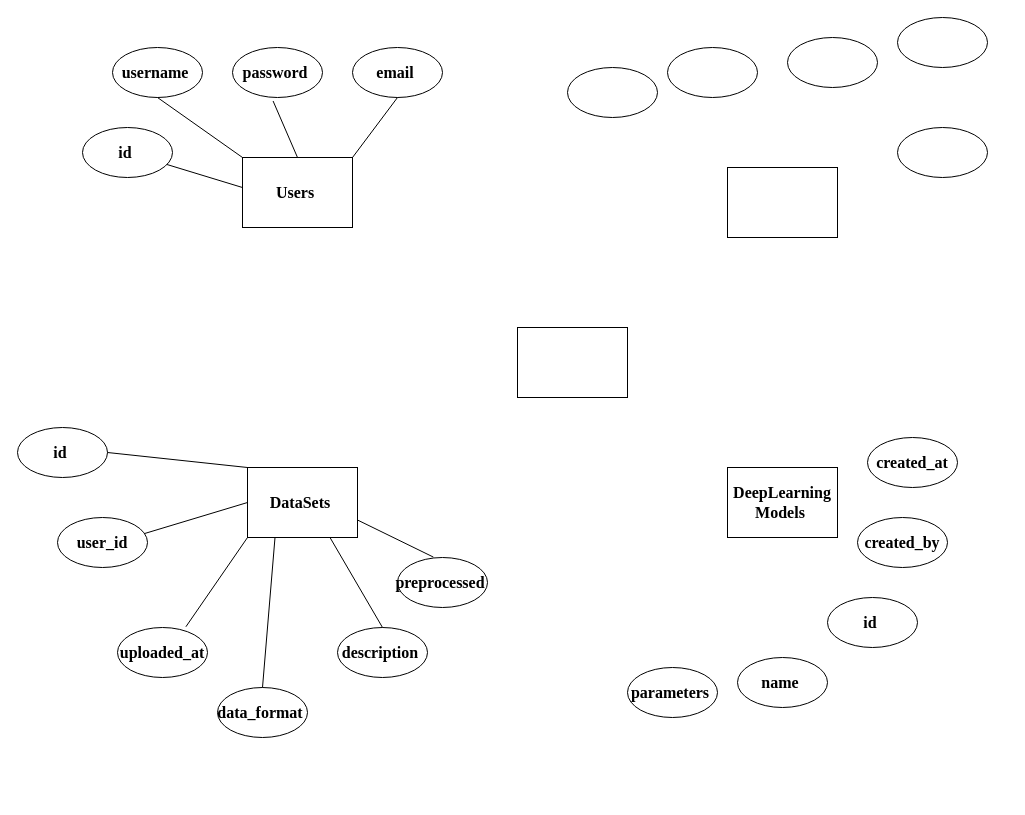
Earlier version of the draw.io diagram 数据库设计.drawio (Lu-Ming-Song/C). Source tidied: cells renumbered, new cells numbered last; positions are measured from the earlier drawing's top-left corner, leaving out a move shared by most shapes. Both pictures are drawn from the tidied source at 100%, with x=0, y=0 at pixel (17, 17).
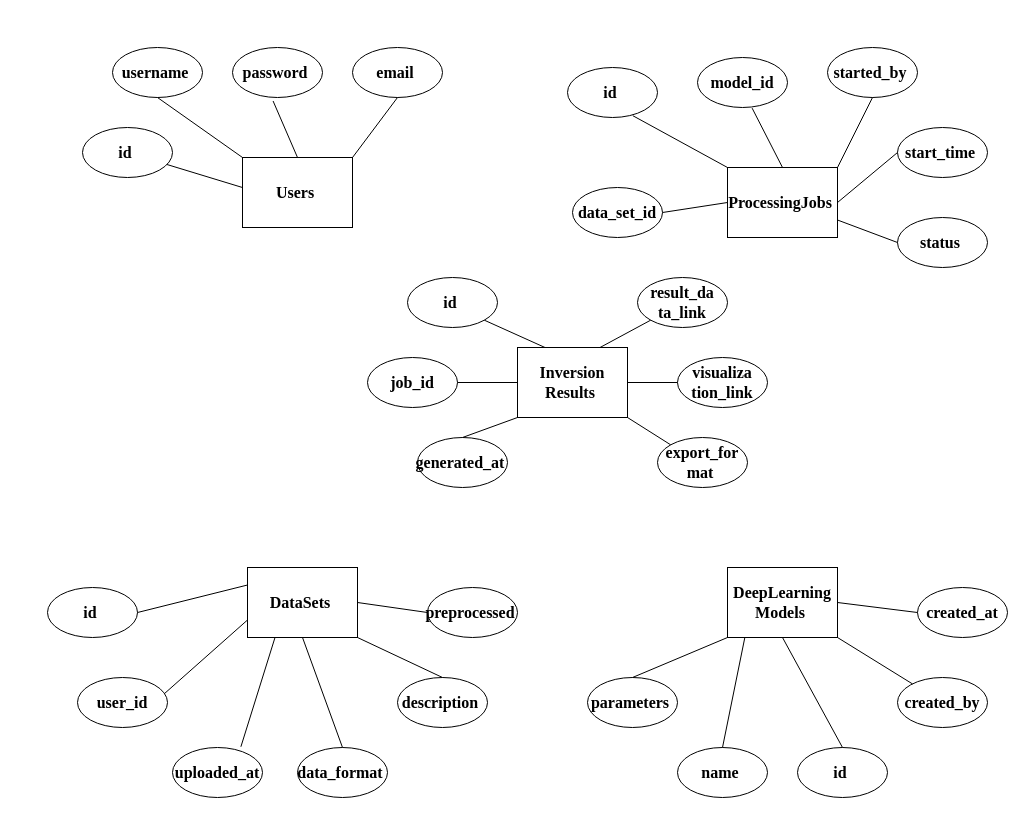
The same diagram, later.

Commit message (it also covers changes not shown here):
更新数据库设计.drawio

The edit, as a diff of the source:
```diff
@@
-    <mxCell id="3" style="rounded=0;whiteSpace=wrap;html=1;" parent="1" vertex="1">
+    <mxCell id="3" value="&lt;b&gt;&lt;span style=&quot;font-size:12.0pt;&lt;br/&gt;mso-bidi-font-size:18.0pt;font-family:&amp;quot;Times New Roman&amp;quot;,serif;mso-fareast-font-family:&lt;br/&gt;宋体;mso-font-kerning:1.0pt;mso-ansi-language:EN-US;mso-fareast-language:ZH-CN;&lt;br/&gt;mso-bidi-language:AR-SA&quot; lang=&quot;EN-US&quot;&gt;ProcessingJobs&amp;nbsp;&lt;/span&gt;&lt;/b&gt;" style="rounded=0;whiteSpace=wrap;html=1;" parent="1" vertex="1">
       <mxGeometry x="710" y="150" width="110" height="70" as="geometry" />
     </mxCell>
     <mxCell id="4" value="&lt;b&gt;&lt;span style=&quot;font-size:12.0pt;&lt;br/&gt;mso-bidi-font-size:18.0pt;font-family:&amp;quot;Times New Roman&amp;quot;,serif;mso-fareast-font-family:&lt;br/&gt;宋体;mso-font-kerning:1.0pt;mso-ansi-language:EN-US;mso-fareast-language:ZH-CN;&lt;br/&gt;mso-bidi-language:AR-SA&quot; lang=&quot;EN-US&quot;&gt;DataSets&amp;nbsp;&lt;/span&gt;&lt;/b&gt;" style="rounded=0;whiteSpace=wrap;html=1;" parent="1" vertex="1">
-      <mxGeometry x="230" y="450" width="110" height="70" as="geometry" />
+      <mxGeometry x="230" y="550" width="110" height="70" as="geometry" />
     </mxCell>
     <mxCell id="5" value="&lt;b&gt;&lt;span style=&quot;font-size:12.0pt;&lt;br/&gt;mso-bidi-font-size:18.0pt;font-family:&amp;quot;Times New Roman&amp;quot;,serif;mso-fareast-font-family:&lt;br/&gt;宋体;mso-font-kerning:1.0pt;mso-ansi-language:EN-US;mso-fareast-language:ZH-CN;&lt;br/&gt;mso-bidi-language:AR-SA&quot; lang=&quot;EN-US&quot;&gt;DeepLearning&lt;br&gt;Models&amp;nbsp;&lt;/span&gt;&lt;/b&gt;" style="rounded=0;whiteSpace=wrap;html=1;" parent="1" vertex="1">
-      <mxGeometry x="710" y="450" width="110" height="70" as="geometry" />
+      <mxGeometry x="710" y="550" width="110" height="70" as="geometry" />
     </mxCell>
-    <mxCell id="6" style="rounded=0;whiteSpace=wrap;html=1;" parent="1" vertex="1">
-      <mxGeometry x="500" y="310" width="110" height="70" as="geometry" />
+    <mxCell id="6" value="&lt;b&gt;&lt;span style=&quot;font-size:12.0pt;&lt;br/&gt;mso-bidi-font-size:18.0pt;font-family:&amp;quot;Times New Roman&amp;quot;,serif;mso-fareast-font-family:&lt;br/&gt;宋体;mso-font-kerning:1.0pt;mso-ansi-language:EN-US;mso-fareast-language:ZH-CN;&lt;br/&gt;mso-bidi-language:AR-SA&quot; lang=&quot;EN-US&quot;&gt;Inversion&lt;br&gt;Results&amp;nbsp;&lt;/span&gt;&lt;/b&gt;" style="rounded=0;whiteSpace=wrap;html=1;" parent="1" vertex="1">
+      <mxGeometry x="500" y="330" width="110" height="70" as="geometry" />
     </mxCell>
@@
     <mxCell id="11" value="&lt;b&gt;&lt;span style=&quot;font-size:12.0pt;&lt;br/&gt;mso-bidi-font-size:18.0pt;font-family:&amp;quot;Times New Roman&amp;quot;,serif;mso-fareast-font-family:&lt;br/&gt;宋体;mso-font-kerning:1.0pt;mso-ansi-language:EN-US;mso-fareast-language:ZH-CN;&lt;br/&gt;mso-bidi-language:AR-SA&quot; lang=&quot;EN-US&quot;&gt;id&amp;nbsp;&lt;/span&gt;&lt;/b&gt;" style="ellipse;whiteSpace=wrap;html=1;" parent="1" vertex="1">
-      <mxGeometry y="410" width="90" height="50" as="geometry" />
+      <mxGeometry x="30" y="570" width="90" height="50" as="geometry" />
     </mxCell>
     <mxCell id="12" value="&lt;b&gt;&lt;span style=&quot;font-size:12.0pt;&lt;br/&gt;mso-bidi-font-size:18.0pt;font-family:&amp;quot;Times New Roman&amp;quot;,serif;mso-fareast-font-family:&lt;br/&gt;宋体;mso-font-kerning:1.0pt;mso-ansi-language:EN-US;mso-fareast-language:ZH-CN;&lt;br/&gt;mso-bidi-language:AR-SA&quot; lang=&quot;EN-US&quot;&gt;user_id&lt;/span&gt;&lt;/b&gt;" style="ellipse;whiteSpace=wrap;html=1;" parent="1" vertex="1">
-      <mxGeometry x="40" y="500" width="90" height="50" as="geometry" />
+      <mxGeometry x="60" y="660" width="90" height="50" as="geometry" />
     </mxCell>
     <mxCell id="13" value="&lt;b&gt;&lt;span style=&quot;font-size:12.0pt;&lt;br/&gt;mso-bidi-font-size:18.0pt;font-family:&amp;quot;Times New Roman&amp;quot;,serif;mso-fareast-font-family:&lt;br/&gt;宋体;mso-font-kerning:1.0pt;mso-ansi-language:EN-US;mso-fareast-language:ZH-CN;&lt;br/&gt;mso-bidi-language:AR-SA&quot; lang=&quot;EN-US&quot;&gt;uploaded_at&lt;/span&gt;&lt;/b&gt;" style="ellipse;whiteSpace=wrap;html=1;" parent="1" vertex="1">
-      <mxGeometry x="100" y="610" width="90" height="50" as="geometry" />
+      <mxGeometry x="155" y="730" width="90" height="50" as="geometry" />
     </mxCell>
@@
     <mxCell id="18" value="&lt;b&gt;&lt;span style=&quot;font-size:12.0pt;&lt;br/&gt;mso-bidi-font-size:18.0pt;font-family:&amp;quot;Times New Roman&amp;quot;,serif;mso-fareast-font-family:&lt;br/&gt;宋体;mso-font-kerning:1.0pt;mso-ansi-language:EN-US;mso-fareast-language:ZH-CN;&lt;br/&gt;mso-bidi-language:AR-SA&quot; lang=&quot;EN-US&quot;&gt;data_format&amp;nbsp;&lt;/span&gt;&lt;/b&gt;" style="ellipse;whiteSpace=wrap;html=1;" parent="1" vertex="1">
-      <mxGeometry x="200" y="670" width="90" height="50" as="geometry" />
+      <mxGeometry x="280" y="730" width="90" height="50" as="geometry" />
     </mxCell>
     <mxCell id="19" value="&lt;b&gt;&lt;span style=&quot;font-size:12.0pt;&lt;br/&gt;mso-bidi-font-size:18.0pt;font-family:&amp;quot;Times New Roman&amp;quot;,serif;mso-fareast-font-family:&lt;br/&gt;宋体;mso-font-kerning:1.0pt;mso-ansi-language:EN-US;mso-fareast-language:ZH-CN;&lt;br/&gt;mso-bidi-language:AR-SA&quot; lang=&quot;EN-US&quot;&gt;description&amp;nbsp;&lt;/span&gt;&lt;/b&gt;" style="ellipse;whiteSpace=wrap;html=1;" parent="1" vertex="1">
-      <mxGeometry x="320" y="610" width="90" height="50" as="geometry" />
+      <mxGeometry x="380" y="660" width="90" height="50" as="geometry" />
     </mxCell>
     <mxCell id="20" value="&lt;b&gt;&lt;span style=&quot;font-size:12.0pt;&lt;br/&gt;mso-bidi-font-size:18.0pt;font-family:&amp;quot;Times New Roman&amp;quot;,serif;mso-fareast-font-family:&lt;br/&gt;宋体;mso-font-kerning:1.0pt;mso-ansi-language:EN-US;mso-fareast-language:ZH-CN;&lt;br/&gt;mso-bidi-language:AR-SA&quot; lang=&quot;EN-US&quot;&gt;preprocessed&amp;nbsp;&lt;/span&gt;&lt;/b&gt;" style="ellipse;whiteSpace=wrap;html=1;" parent="1" vertex="1">
-      <mxGeometry x="380" y="540" width="90" height="50" as="geometry" />
+      <mxGeometry x="410" y="570" width="90" height="50" as="geometry" />
     </mxCell>
     <mxCell id="21" value="&lt;b&gt;&lt;span style=&quot;font-size:12.0pt;&lt;br/&gt;mso-bidi-font-size:18.0pt;font-family:&amp;quot;Times New Roman&amp;quot;,serif;mso-fareast-font-family:&lt;br/&gt;宋体;mso-font-kerning:1.0pt;mso-ansi-language:EN-US;mso-fareast-language:ZH-CN;&lt;br/&gt;mso-bidi-language:AR-SA&quot; lang=&quot;EN-US&quot;&gt;id&amp;nbsp;&lt;/span&gt;&lt;/b&gt;" style="ellipse;whiteSpace=wrap;html=1;" parent="1" vertex="1">
-      <mxGeometry x="810" y="580" width="90" height="50" as="geometry" />
+      <mxGeometry x="780" y="730" width="90" height="50" as="geometry" />
     </mxCell>
     <mxCell id="22" value="&lt;b&gt;&lt;span style=&quot;font-size:12.0pt;&lt;br/&gt;mso-bidi-font-size:18.0pt;font-family:&amp;quot;Times New Roman&amp;quot;,serif;mso-fareast-font-family:&lt;br/&gt;宋体;mso-font-kerning:1.0pt;mso-ansi-language:EN-US;mso-fareast-language:ZH-CN;&lt;br/&gt;mso-bidi-language:AR-SA&quot; lang=&quot;EN-US&quot;&gt;created_by&lt;/span&gt;&lt;/b&gt;" style="ellipse;whiteSpace=wrap;html=1;" parent="1" vertex="1">
-      <mxGeometry x="840" y="500" width="90" height="50" as="geometry" />
+      <mxGeometry x="880" y="660" width="90" height="50" as="geometry" />
     </mxCell>
     <mxCell id="23" value="&lt;b&gt;&lt;span style=&quot;font-size:12.0pt;&lt;br/&gt;mso-bidi-font-size:18.0pt;font-family:&amp;quot;Times New Roman&amp;quot;,serif;mso-fareast-font-family:&lt;br/&gt;宋体;mso-font-kerning:1.0pt;mso-ansi-language:EN-US;mso-fareast-language:ZH-CN;&lt;br/&gt;mso-bidi-language:AR-SA&quot; lang=&quot;EN-US&quot;&gt;created_at&lt;/span&gt;&lt;/b&gt;" style="ellipse;whiteSpace=wrap;html=1;" parent="1" vertex="1">
-      <mxGeometry x="850" y="420" width="90" height="50" as="geometry" />
+      <mxGeometry x="900" y="570" width="90" height="50" as="geometry" />
     </mxCell>
     <mxCell id="24" value="&lt;b&gt;&lt;span style=&quot;font-size:12.0pt;&lt;br/&gt;mso-bidi-font-size:18.0pt;font-family:&amp;quot;Times New Roman&amp;quot;,serif;mso-fareast-font-family:&lt;br/&gt;宋体;mso-font-kerning:1.0pt;mso-ansi-language:EN-US;mso-fareast-language:ZH-CN;&lt;br/&gt;mso-bidi-language:AR-SA&quot; lang=&quot;EN-US&quot;&gt;name&amp;nbsp;&lt;/span&gt;&lt;/b&gt;" style="ellipse;whiteSpace=wrap;html=1;" parent="1" vertex="1">
-      <mxGeometry x="720" y="640" width="90" height="50" as="geometry" />
+      <mxGeometry x="660" y="730" width="90" height="50" as="geometry" />
     </mxCell>
     <mxCell id="25" value="&lt;b&gt;&lt;span style=&quot;font-size:12.0pt;&lt;br/&gt;mso-bidi-font-size:18.0pt;font-family:&amp;quot;Times New Roman&amp;quot;,serif;mso-fareast-font-family:&lt;br/&gt;宋体;mso-font-kerning:1.0pt;mso-ansi-language:EN-US;mso-fareast-language:ZH-CN;&lt;br/&gt;mso-bidi-language:AR-SA&quot; lang=&quot;EN-US&quot;&gt;parameters&amp;nbsp;&lt;/span&gt;&lt;/b&gt;" style="ellipse;whiteSpace=wrap;html=1;" parent="1" vertex="1">
-      <mxGeometry x="610" y="650" width="90" height="50" as="geometry" />
+      <mxGeometry x="570" y="660" width="90" height="50" as="geometry" />
     </mxCell>
-    <mxCell id="26" style="ellipse;whiteSpace=wrap;html=1;" parent="1" vertex="1">
-      <mxGeometry x="650" y="30" width="90" height="50" as="geometry" />
+    <mxCell id="26" value="&lt;b&gt;&lt;span style=&quot;font-size:12.0pt;&lt;br/&gt;mso-bidi-font-size:18.0pt;font-family:&amp;quot;Times New Roman&amp;quot;,serif;mso-fareast-font-family:&lt;br/&gt;宋体;mso-font-kerning:1.0pt;mso-ansi-language:EN-US;mso-fareast-language:ZH-CN;&lt;br/&gt;mso-bidi-language:AR-SA&quot; lang=&quot;EN-US&quot;&gt;data_set_id&lt;/span&gt;&lt;/b&gt;" style="ellipse;whiteSpace=wrap;html=1;" parent="1" vertex="1">
+      <mxGeometry x="555" y="170" width="90" height="50" as="geometry" />
     </mxCell>
-    <mxCell id="27" style="endArrow=none;html=1;rounded=0;exitX=0;exitY=0;exitDx=0;exitDy=0;entryX=1;entryY=0.5;entryDx=0;entryDy=0;" parent="1" edge="1" source="4" target="11">
+    <mxCell id="27" style="endArrow=none;html=1;rounded=0;entryX=1;entryY=0.5;entryDx=0;entryDy=0;exitX=0;exitY=0.25;exitDx=0;exitDy=0;" parent="1" edge="1" source="4" target="11">
       <mxGeometry relative="1" as="geometry" />
     </mxCell>
-    <mxCell id="28" style="endArrow=none;html=1;rounded=0;exitX=0;exitY=0.5;exitDx=0;exitDy=0;entryX=0.967;entryY=0.321;entryDx=0;entryDy=0;entryPerimeter=0;" parent="1" edge="1" source="4" target="12">
+    <mxCell id="28" style="endArrow=none;html=1;rounded=0;exitX=0;exitY=0.75;exitDx=0;exitDy=0;entryX=0.967;entryY=0.321;entryDx=0;entryDy=0;entryPerimeter=0;" parent="1" edge="1" source="4" target="12">
       <mxGeometry relative="1" as="geometry" />
     </mxCell>
-    <mxCell id="29" style="endArrow=none;html=1;rounded=0;exitX=0.25;exitY=1;exitDx=0;exitDy=0;entryX=0.5;entryY=0;entryDx=0;entryDy=0;" parent="1" edge="1" source="4" target="18">
+    <mxCell id="29" style="endArrow=none;html=1;rounded=0;exitX=0.5;exitY=1;exitDx=0;exitDy=0;entryX=0.5;entryY=0;entryDx=0;entryDy=0;" parent="1" edge="1" source="4" target="18">
       <mxGeometry relative="1" as="geometry" />
     </mxCell>
-    <mxCell id="30" style="endArrow=none;html=1;rounded=0;entryX=0.76;entryY=-0.015;entryDx=0;entryDy=0;entryPerimeter=0;exitX=0;exitY=1;exitDx=0;exitDy=0;" parent="1" edge="1" source="4" target="13">
+    <mxCell id="30" style="endArrow=none;html=1;rounded=0;entryX=0.76;entryY=-0.015;entryDx=0;entryDy=0;entryPerimeter=0;exitX=0.25;exitY=1;exitDx=0;exitDy=0;" parent="1" edge="1" source="4" target="13">
       <mxGeometry relative="1" as="geometry" />
     </mxCell>
-    <mxCell id="31" style="endArrow=none;html=1;rounded=0;exitX=0.75;exitY=1;exitDx=0;exitDy=0;entryX=0.5;entryY=0;entryDx=0;entryDy=0;" parent="1" edge="1" source="4" target="19">
+    <mxCell id="31" style="endArrow=none;html=1;rounded=0;exitX=1;exitY=1;exitDx=0;exitDy=0;entryX=0.5;entryY=0;entryDx=0;entryDy=0;" parent="1" edge="1" source="4" target="19">
       <mxGeometry relative="1" as="geometry" />
     </mxCell>
-    <mxCell id="32" style="endArrow=none;html=1;rounded=0;entryX=1;entryY=0.75;entryDx=0;entryDy=0;exitX=0.399;exitY=-0.008;exitDx=0;exitDy=0;exitPerimeter=0;" parent="1" edge="1" source="20" target="4">
+    <mxCell id="32" style="endArrow=none;html=1;rounded=0;entryX=1;entryY=0.5;entryDx=0;entryDy=0;exitX=0;exitY=0.5;exitDx=0;exitDy=0;" parent="1" edge="1" source="20" target="4">
       <mxGeometry relative="1" as="geometry" />
     </mxCell>
-    <mxCell id="33" style="ellipse;whiteSpace=wrap;html=1;" parent="1" vertex="1">
-      <mxGeometry x="770" y="20" width="90" height="50" as="geometry" />
+    <mxCell id="33" value="&lt;b&gt;&lt;span style=&quot;font-size:12.0pt;&lt;br/&gt;mso-bidi-font-size:18.0pt;font-family:&amp;quot;Times New Roman&amp;quot;,serif;mso-fareast-font-family:&lt;br/&gt;宋体;mso-font-kerning:1.0pt;mso-ansi-language:EN-US;mso-fareast-language:ZH-CN;&lt;br/&gt;mso-bidi-language:AR-SA&quot; lang=&quot;EN-US&quot;&gt;model_id&lt;/span&gt;&lt;/b&gt;" style="ellipse;whiteSpace=wrap;html=1;" parent="1" vertex="1">
+      <mxGeometry x="680" y="40" width="90" height="50" as="geometry" />
     </mxCell>
-    <mxCell id="34" style="ellipse;whiteSpace=wrap;html=1;" parent="1" vertex="1">
+    <mxCell id="34" value="&lt;b&gt;&lt;span style=&quot;font-size:12.0pt;&lt;br/&gt;mso-bidi-font-size:18.0pt;font-family:&amp;quot;Times New Roman&amp;quot;,serif;mso-fareast-font-family:&lt;br/&gt;宋体;mso-font-kerning:1.0pt;mso-ansi-language:EN-US;mso-fareast-language:ZH-CN;&lt;br/&gt;mso-bidi-language:AR-SA&quot; lang=&quot;EN-US&quot;&gt;id&amp;nbsp;&lt;/span&gt;&lt;/b&gt;" style="ellipse;whiteSpace=wrap;html=1;" parent="1" vertex="1">
       <mxGeometry x="550" y="50" width="90" height="50" as="geometry" />
     </mxCell>
-    <mxCell id="35" style="ellipse;whiteSpace=wrap;html=1;" parent="1" vertex="1">
+    <mxCell id="35" value="&lt;b&gt;&lt;span style=&quot;font-size:12.0pt;&lt;br/&gt;mso-bidi-font-size:18.0pt;font-family:&amp;quot;Times New Roman&amp;quot;,serif;mso-fareast-font-family:&lt;br/&gt;宋体;mso-font-kerning:1.0pt;mso-ansi-language:EN-US;mso-fareast-language:ZH-CN;&lt;br/&gt;mso-bidi-language:AR-SA&quot; lang=&quot;EN-US&quot;&gt;start_time&amp;nbsp;&lt;/span&gt;&lt;/b&gt;" style="ellipse;whiteSpace=wrap;html=1;" parent="1" vertex="1">
       <mxGeometry x="880" y="110" width="90" height="50" as="geometry" />
     </mxCell>
-    <mxCell id="36" style="ellipse;whiteSpace=wrap;html=1;" parent="1" vertex="1">
-      <mxGeometry x="880" width="90" height="50" as="geometry" />
+    <mxCell id="36" value="&lt;b&gt;&lt;span style=&quot;font-size:12.0pt;&lt;br/&gt;mso-bidi-font-size:18.0pt;font-family:&amp;quot;Times New Roman&amp;quot;,serif;mso-fareast-font-family:&lt;br/&gt;宋体;mso-font-kerning:1.0pt;mso-ansi-language:EN-US;mso-fareast-language:ZH-CN;&lt;br/&gt;mso-bidi-language:AR-SA&quot; lang=&quot;EN-US&quot;&gt;started_by&amp;nbsp;&lt;/span&gt;&lt;/b&gt;" style="ellipse;whiteSpace=wrap;html=1;" parent="1" vertex="1">
+      <mxGeometry x="810" y="30" width="90" height="50" as="geometry" />
     </mxCell>
+    <mxCell id="37" style="endArrow=none;html=1;rounded=0;exitX=0;exitY=1;exitDx=0;exitDy=0;entryX=0.5;entryY=0;entryDx=0;entryDy=0;" parent="1" edge="1" source="5" target="25">
+      <mxGeometry relative="1" as="geometry" />
+    </mxCell>
+    <mxCell id="38" style="endArrow=none;html=1;rounded=0;exitX=0.158;exitY=0.997;exitDx=0;exitDy=0;entryX=0.5;entryY=0;entryDx=0;entryDy=0;exitPerimeter=0;" parent="1" edge="1" source="5" target="24">
+      <mxGeometry relative="1" as="geometry" />
+    </mxCell>
+    <mxCell id="39" style="endArrow=none;html=1;rounded=0;exitX=0.5;exitY=1;exitDx=0;exitDy=0;entryX=0.5;entryY=0;entryDx=0;entryDy=0;" parent="1" edge="1" source="5" target="21">
+      <mxGeometry relative="1" as="geometry" />
+    </mxCell>
+    <mxCell id="40" style="endArrow=none;html=1;rounded=0;exitX=1;exitY=1;exitDx=0;exitDy=0;" parent="1" edge="1" source="5" target="22">
+      <mxGeometry relative="1" as="geometry" />
+    </mxCell>
+    <mxCell id="41" style="endArrow=none;html=1;rounded=0;exitX=1;exitY=0.5;exitDx=0;exitDy=0;entryX=0;entryY=0.5;entryDx=0;entryDy=0;" parent="1" edge="1" source="5" target="23">
+      <mxGeometry relative="1" as="geometry" />
+    </mxCell>
+    <mxCell id="42" value="&lt;b&gt;&lt;span style=&quot;font-size:12.0pt;&lt;br/&gt;mso-bidi-font-size:18.0pt;font-family:&amp;quot;Times New Roman&amp;quot;,serif;mso-fareast-font-family:&lt;br/&gt;宋体;mso-font-kerning:1.0pt;mso-ansi-language:EN-US;mso-fareast-language:ZH-CN;&lt;br/&gt;mso-bidi-language:AR-SA&quot; lang=&quot;EN-US&quot;&gt;status&amp;nbsp;&lt;/span&gt;&lt;/b&gt;" style="ellipse;whiteSpace=wrap;html=1;" parent="1" vertex="1">
+      <mxGeometry x="880" y="200" width="90" height="50" as="geometry" />
+    </mxCell>
+    <mxCell id="43" value="&lt;b&gt;&lt;span style=&quot;font-size:12.0pt;&lt;br/&gt;mso-bidi-font-size:18.0pt;font-family:&amp;quot;Times New Roman&amp;quot;,serif;mso-fareast-font-family:&lt;br/&gt;宋体;mso-font-kerning:1.0pt;mso-ansi-language:EN-US;mso-fareast-language:ZH-CN;&lt;br/&gt;mso-bidi-language:AR-SA&quot; lang=&quot;EN-US&quot;&gt;id&amp;nbsp;&lt;/span&gt;&lt;/b&gt;" style="ellipse;whiteSpace=wrap;html=1;" parent="1" vertex="1">
+      <mxGeometry x="390" y="260" width="90" height="50" as="geometry" />
+    </mxCell>
+    <mxCell id="44" style="endArrow=none;html=1;rounded=0;entryX=0.726;entryY=0.964;entryDx=0;entryDy=0;entryPerimeter=0;exitX=0;exitY=0;exitDx=0;exitDy=0;" parent="1" edge="1" source="3" target="34">
+      <mxGeometry relative="1" as="geometry" />
+    </mxCell>
+    <mxCell id="45" style="endArrow=none;html=1;rounded=0;entryX=1;entryY=0.5;entryDx=0;entryDy=0;exitX=0;exitY=0.5;exitDx=0;exitDy=0;" parent="1" edge="1" source="3" target="26">
+      <mxGeometry relative="1" as="geometry" />
+    </mxCell>
+    <mxCell id="46" style="endArrow=none;html=1;rounded=0;entryX=0;entryY=0.5;entryDx=0;entryDy=0;exitX=1;exitY=0.75;exitDx=0;exitDy=0;" parent="1" edge="1" source="3" target="42">
+      <mxGeometry relative="1" as="geometry" />
+    </mxCell>
+    <mxCell id="47" style="endArrow=none;html=1;rounded=0;entryX=1;entryY=0.5;entryDx=0;entryDy=0;exitX=0;exitY=0.5;exitDx=0;exitDy=0;" parent="1" edge="1" source="35" target="3">
+      <mxGeometry relative="1" as="geometry" />
+    </mxCell>
+    <mxCell id="48" style="endArrow=none;html=1;rounded=0;entryX=1;entryY=0;entryDx=0;entryDy=0;exitX=0.5;exitY=1;exitDx=0;exitDy=0;" parent="1" edge="1" source="36" target="3">
+      <mxGeometry relative="1" as="geometry" />
+    </mxCell>
+    <mxCell id="49" style="endArrow=none;html=1;rounded=0;entryX=0.5;entryY=0;entryDx=0;entryDy=0;exitX=0.607;exitY=1.013;exitDx=0;exitDy=0;exitPerimeter=0;" parent="1" edge="1" source="33" target="3">
+      <mxGeometry relative="1" as="geometry" />
+    </mxCell>
+    <mxCell id="50" value="&lt;b&gt;&lt;span style=&quot;font-size:12.0pt;&lt;br/&gt;mso-bidi-font-size:18.0pt;font-family:&amp;quot;Times New Roman&amp;quot;,serif;mso-fareast-font-family:&lt;br/&gt;宋体;mso-font-kerning:1.0pt;mso-ansi-language:EN-US;mso-fareast-language:ZH-CN;&lt;br/&gt;mso-bidi-language:AR-SA&quot; lang=&quot;EN-US&quot;&gt;generated_at&amp;nbsp;&lt;/span&gt;&lt;/b&gt;" style="ellipse;whiteSpace=wrap;html=1;" parent="1" vertex="1">
+      <mxGeometry x="400" y="420" width="90" height="50" as="geometry" />
+    </mxCell>
+    <mxCell id="51" value="&lt;b&gt;&lt;span style=&quot;font-size:12.0pt;&lt;br/&gt;mso-bidi-font-size:18.0pt;font-family:&amp;quot;Times New Roman&amp;quot;,serif;mso-fareast-font-family:&lt;br/&gt;宋体;mso-font-kerning:1.0pt;mso-ansi-language:EN-US;mso-fareast-language:ZH-CN;&lt;br/&gt;mso-bidi-language:AR-SA&quot; lang=&quot;EN-US&quot;&gt;export_for&lt;br&gt;mat&amp;nbsp;&lt;/span&gt;&lt;/b&gt;" style="ellipse;whiteSpace=wrap;html=1;" parent="1" vertex="1">
+      <mxGeometry x="640" y="420" width="90" height="50" as="geometry" />
+    </mxCell>
+    <mxCell id="52" value="&lt;b&gt;&lt;span style=&quot;font-size:12.0pt;&lt;br/&gt;mso-bidi-font-size:18.0pt;font-family:&amp;quot;Times New Roman&amp;quot;,serif;mso-fareast-font-family:&lt;br/&gt;宋体;mso-font-kerning:1.0pt;mso-ansi-language:EN-US;mso-fareast-language:ZH-CN;&lt;br/&gt;mso-bidi-language:AR-SA&quot; lang=&quot;EN-US&quot;&gt;job_id&lt;/span&gt;&lt;/b&gt;" style="ellipse;whiteSpace=wrap;html=1;" parent="1" vertex="1">
+      <mxGeometry x="350" y="340" width="90" height="50" as="geometry" />
+    </mxCell>
+    <mxCell id="53" value="&lt;b&gt;&lt;span style=&quot;font-family: &amp;quot;Times New Roman&amp;quot;, serif; font-size: 12pt;&quot; lang=&quot;EN-US&quot;&gt;result_da&lt;br&gt;ta_link&lt;/span&gt;&lt;/b&gt;" style="ellipse;whiteSpace=wrap;html=1;" parent="1" vertex="1">
+      <mxGeometry x="620" y="260" width="90" height="50" as="geometry" />
+    </mxCell>
+    <mxCell id="54" value="&lt;b&gt;&lt;span style=&quot;font-size:12.0pt;&lt;br/&gt;mso-bidi-font-size:18.0pt;font-family:&amp;quot;Times New Roman&amp;quot;,serif;mso-fareast-font-family:&lt;br/&gt;宋体;mso-font-kerning:1.0pt;mso-ansi-language:EN-US;mso-fareast-language:ZH-CN;&lt;br/&gt;mso-bidi-language:AR-SA&quot; lang=&quot;EN-US&quot;&gt;visualiza&lt;br&gt;tion_link&lt;/span&gt;&lt;/b&gt;" style="ellipse;whiteSpace=wrap;html=1;" parent="1" vertex="1">
+      <mxGeometry x="660" y="340" width="90" height="50" as="geometry" />
+    </mxCell>
+    <mxCell id="55" style="endArrow=none;html=1;rounded=0;entryX=1;entryY=1;entryDx=0;entryDy=0;exitX=0.25;exitY=0;exitDx=0;exitDy=0;" parent="1" edge="1" source="6" target="43">
+      <mxGeometry relative="1" as="geometry" />
+    </mxCell>
+    <mxCell id="56" style="endArrow=none;html=1;rounded=0;entryX=1;entryY=0.5;entryDx=0;entryDy=0;exitX=0;exitY=0.5;exitDx=0;exitDy=0;" parent="1" edge="1" source="6" target="52">
+      <mxGeometry relative="1" as="geometry" />
+    </mxCell>
+    <mxCell id="57" style="endArrow=none;html=1;rounded=0;entryX=0.5;entryY=0;entryDx=0;entryDy=0;exitX=0;exitY=1;exitDx=0;exitDy=0;" parent="1" edge="1" source="6" target="50">
+      <mxGeometry relative="1" as="geometry" />
+    </mxCell>
+    <mxCell id="58" style="endArrow=none;html=1;rounded=0;entryX=0.75;entryY=0;entryDx=0;entryDy=0;exitX=0;exitY=1;exitDx=0;exitDy=0;" parent="1" edge="1" source="53" target="6">
+      <mxGeometry relative="1" as="geometry" />
+    </mxCell>
+    <mxCell id="59" style="endArrow=none;html=1;rounded=0;entryX=1;entryY=0.5;entryDx=0;entryDy=0;exitX=0;exitY=0.5;exitDx=0;exitDy=0;" parent="1" edge="1" source="54" target="6">
+      <mxGeometry relative="1" as="geometry" />
+    </mxCell>
+    <mxCell id="60" style="endArrow=none;html=1;rounded=0;entryX=1;entryY=1;entryDx=0;entryDy=0;exitX=0;exitY=0;exitDx=0;exitDy=0;" parent="1" edge="1" source="51" target="6">
+      <mxGeometry relative="1" as="geometry" />
+    </mxCell>
```
